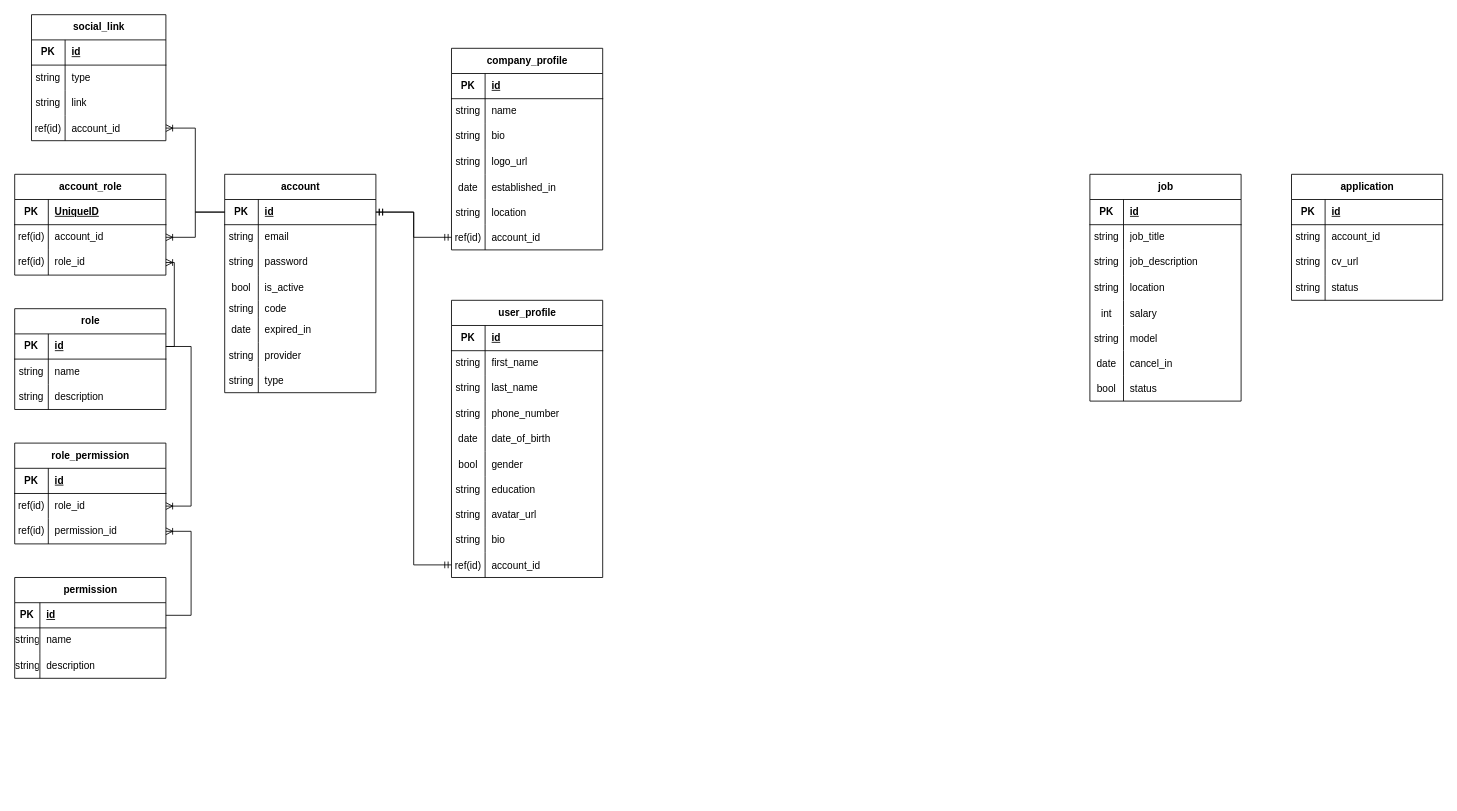
Before: database-diagram.drawio in CulesBao/find-job-fe, a draw.io diagram. Source tidied: cells renumbered, new cells numbered last; positions are measured from the earlier drawing's top-left corner, leaving out a move shared by most shapes. Both pictures are drawn from the tidied source at 84%, with x=0, y=0 at pixel (14, 14).
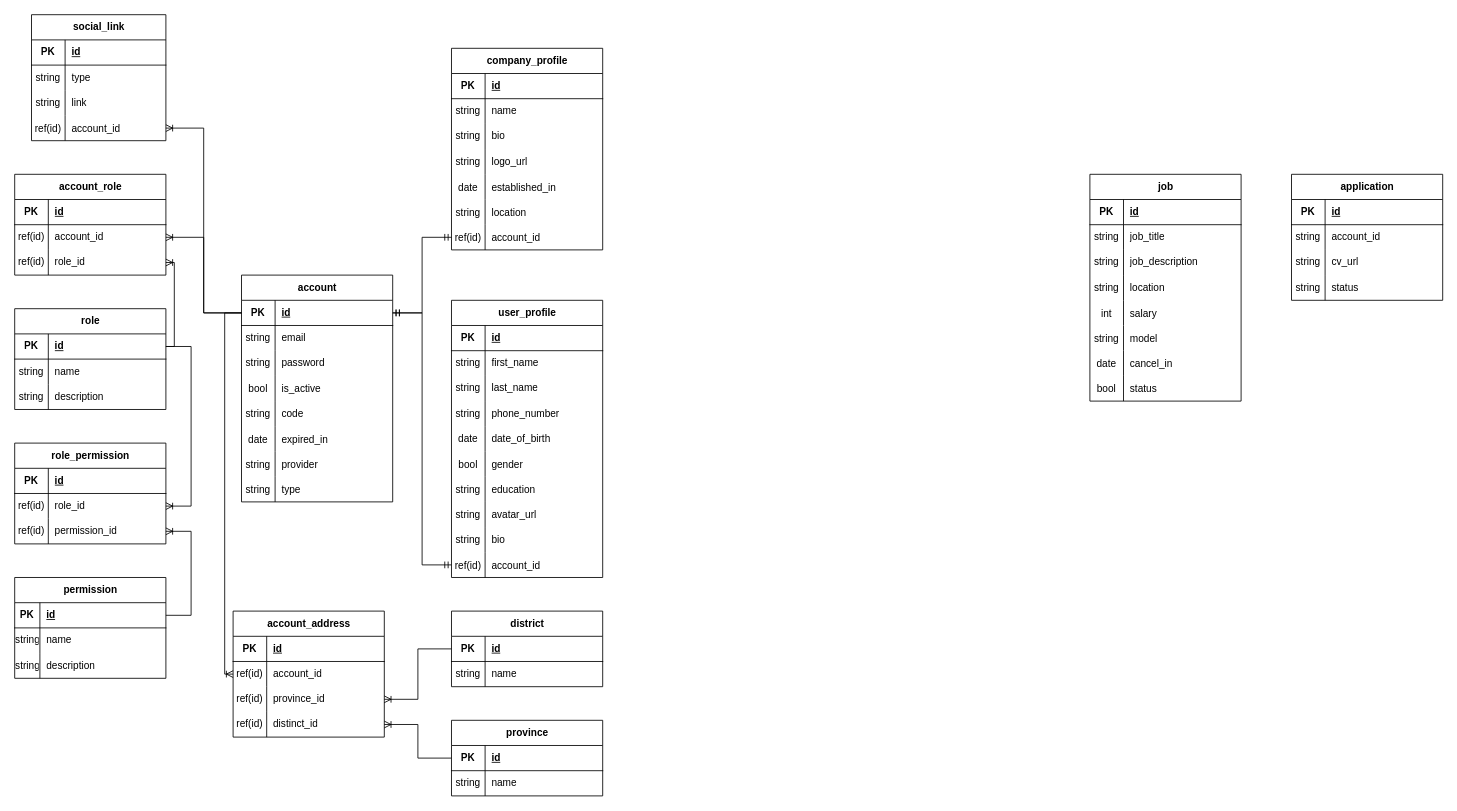
The same diagram, later.

Commit message:
feat: Add address to account

Unchanged cells that the change refers to:
```xml
<mxCell id="56" style="shape=tableRow;horizontal=0;startSize=0;swimlaneHead=0;swimlaneBody=0;fillColor=none;points=[[0,0.5],[1,0.5]];portConstraint=eastwest;top=0;left=0;right=0;bottom=1;" parent="55" vertex="1">
  <mxGeometry y="30" width="180" height="30" as="geometry" />
</mxCell>
<mxCell id="155" style="shape=tableRow;horizontal=0;startSize=0;swimlaneHead=0;swimlaneBody=0;fillColor=none;top=0;left=0;right=0;bottom=1;" parent="154" vertex="1">
  <mxGeometry y="30" width="180" height="30" as="geometry" />
</mxCell>
```

Change to the diagram source:
```diff
@@
     <mxCell id="55" value="account" style="shape=table;startSize=30;childLayout=tableLayout;rowLines=0;fontStyle=1;align=center;html=1;" parent="1" vertex="1">
-      <mxGeometry x="250" y="190" width="180" height="260" as="geometry" />
+      <mxGeometry x="270" y="310" width="180" height="270" as="geometry" />
     </mxCell>
@@
     <mxCell id="68" style="shape=tableRow;horizontal=0;startSize=0;swimlaneHead=0;swimlaneBody=0;fillColor=none;top=0;left=0;right=0;bottom=0;" parent="55" vertex="1">
-      <mxGeometry y="150" width="180" height="20" as="geometry" />
+      <mxGeometry y="150" width="180" height="30" as="geometry" />
     </mxCell>
     <mxCell id="69" value="string" style="shape=partialRectangle;fillColor=none;top=0;left=0;bottom=0;right=0;overflow=hidden;" parent="68" vertex="1">
-      <mxGeometry width="40" height="20" as="geometry" />
+      <mxGeometry width="40" height="30" as="geometry" />
     </mxCell>
     <mxCell id="70" value="code" style="shape=partialRectangle;fillColor=none;top=0;left=0;bottom=0;right=0;align=left;spacingLeft=6;overflow=hidden;" parent="68" vertex="1">
-      <mxGeometry x="40" width="140" height="20" as="geometry" />
+      <mxGeometry x="40" width="140" height="30" as="geometry" />
     </mxCell>
     <mxCell id="71" style="shape=tableRow;horizontal=0;startSize=0;swimlaneHead=0;swimlaneBody=0;fillColor=none;top=0;left=0;right=0;bottom=0;" parent="55" vertex="1">
-      <mxGeometry y="170" width="180" height="30" as="geometry" />
+      <mxGeometry y="180" width="180" height="30" as="geometry" />
     </mxCell>
@@
     <mxCell id="74" style="shape=tableRow;horizontal=0;startSize=0;swimlaneHead=0;swimlaneBody=0;fillColor=none;top=0;left=0;right=0;bottom=0;" parent="55" vertex="1">
-      <mxGeometry y="200" width="180" height="30" as="geometry" />
+      <mxGeometry y="210" width="180" height="30" as="geometry" />
     </mxCell>
@@
     <mxCell id="77" style="shape=tableRow;horizontal=0;startSize=0;swimlaneHead=0;swimlaneBody=0;fillColor=none;top=0;left=0;right=0;bottom=0;" parent="55" vertex="1">
-      <mxGeometry y="230" width="180" height="30" as="geometry" />
+      <mxGeometry y="240" width="180" height="30" as="geometry" />
     </mxCell>
@@
-    <mxCell id="157" value="UniqueID" style="shape=partialRectangle;fillColor=none;top=0;left=0;bottom=0;right=0;align=left;spacingLeft=6;fontStyle=5;overflow=hidden;whiteSpace=wrap;html=1;" parent="155" vertex="1">
+    <mxCell id="157" value="id" style="shape=partialRectangle;fillColor=none;top=0;left=0;bottom=0;right=0;align=left;spacingLeft=6;fontStyle=5;overflow=hidden;whiteSpace=wrap;html=1;" parent="155" vertex="1">
       <mxGeometry x="40" width="140" height="30" as="geometry" />
     </mxCell>
@@
+    <mxCell id="178" value="province" style="shape=table;startSize=30;childLayout=tableLayout;rowLines=0;fontStyle=1;align=center;html=1;" parent="1" vertex="1">
+      <mxGeometry x="520" y="840" width="180" height="90" as="geometry" />
+    </mxCell>
+    <mxCell id="179" style="shape=tableRow;horizontal=0;startSize=0;swimlaneHead=0;swimlaneBody=0;fillColor=none;points=[[0,0.5],[1,0.5]];portConstraint=eastwest;top=0;left=0;right=0;bottom=1;" parent="178" vertex="1">
+      <mxGeometry y="30" width="180" height="30" as="geometry" />
+    </mxCell>
+    <mxCell id="180" value="PK" style="shape=partialRectangle;fillColor=none;top=0;left=0;bottom=0;right=0;fontStyle=1;overflow=hidden;whiteSpace=wrap;html=1;" parent="179" vertex="1">
+      <mxGeometry width="40" height="30" as="geometry" />
+    </mxCell>
+    <mxCell id="181" value="id" style="shape=partialRectangle;fillColor=none;top=0;left=0;bottom=0;right=0;align=left;spacingLeft=6;fontStyle=5;overflow=hidden;whiteSpace=wrap;html=1;" parent="179" vertex="1">
+      <mxGeometry x="40" width="140" height="30" as="geometry" />
+    </mxCell>
+    <mxCell id="182" style="shape=tableRow;horizontal=0;startSize=0;swimlaneHead=0;swimlaneBody=0;fillColor=none;top=0;left=0;right=0;bottom=0;" parent="178" vertex="1">
+      <mxGeometry y="60" width="180" height="30" as="geometry" />
+    </mxCell>
+    <mxCell id="183" value="string" style="shape=partialRectangle;fillColor=none;top=0;left=0;bottom=0;right=0;overflow=hidden;whiteSpace=wrap;html=1;" parent="182" vertex="1">
+      <mxGeometry width="40" height="30" as="geometry" />
+    </mxCell>
+    <mxCell id="184" value="name" style="shape=partialRectangle;fillColor=none;top=0;left=0;bottom=0;right=0;align=left;spacingLeft=6;overflow=hidden;whiteSpace=wrap;html=1;" parent="182" vertex="1">
+      <mxGeometry x="40" width="140" height="30" as="geometry" />
+    </mxCell>
+    <mxCell id="185" value="district" style="shape=table;startSize=30;childLayout=tableLayout;rowLines=0;fontStyle=1;align=center;html=1;" parent="1" vertex="1">
+      <mxGeometry x="520" y="710" width="180" height="90" as="geometry" />
+    </mxCell>
+    <mxCell id="186" style="shape=tableRow;horizontal=0;startSize=0;swimlaneHead=0;swimlaneBody=0;fillColor=none;points=[[0,0.5],[1,0.5]];portConstraint=eastwest;top=0;left=0;right=0;bottom=1;" parent="185" vertex="1">
+      <mxGeometry y="30" width="180" height="30" as="geometry" />
+    </mxCell>
+    <mxCell id="187" value="PK" style="shape=partialRectangle;fillColor=none;top=0;left=0;bottom=0;right=0;fontStyle=1;overflow=hidden;whiteSpace=wrap;html=1;" parent="186" vertex="1">
+      <mxGeometry width="40" height="30" as="geometry" />
+    </mxCell>
+    <mxCell id="188" value="id" style="shape=partialRectangle;fillColor=none;top=0;left=0;bottom=0;right=0;align=left;spacingLeft=6;fontStyle=5;overflow=hidden;whiteSpace=wrap;html=1;" parent="186" vertex="1">
+      <mxGeometry x="40" width="140" height="30" as="geometry" />
+    </mxCell>
+    <mxCell id="189" style="shape=tableRow;horizontal=0;startSize=0;swimlaneHead=0;swimlaneBody=0;fillColor=none;top=0;left=0;right=0;bottom=0;" parent="185" vertex="1">
+      <mxGeometry y="60" width="180" height="30" as="geometry" />
+    </mxCell>
+    <mxCell id="190" value="string" style="shape=partialRectangle;fillColor=none;top=0;left=0;bottom=0;right=0;overflow=hidden;whiteSpace=wrap;html=1;" parent="189" vertex="1">
+      <mxGeometry width="40" height="30" as="geometry" />
+    </mxCell>
+    <mxCell id="191" value="name" style="shape=partialRectangle;fillColor=none;top=0;left=0;bottom=0;right=0;align=left;spacingLeft=6;overflow=hidden;whiteSpace=wrap;html=1;" parent="189" vertex="1">
+      <mxGeometry x="40" width="140" height="30" as="geometry" />
+    </mxCell>
+    <mxCell id="192" value="account_address" style="shape=table;startSize=30;childLayout=tableLayout;rowLines=0;fontStyle=1;align=center;html=1;" parent="1" vertex="1">
+      <mxGeometry x="260" y="710" width="180" height="150" as="geometry" />
+    </mxCell>
+    <mxCell id="193" style="shape=tableRow;horizontal=0;startSize=0;swimlaneHead=0;swimlaneBody=0;fillColor=none;top=0;left=0;right=0;bottom=1;" parent="192" vertex="1">
+      <mxGeometry y="30" width="180" height="30" as="geometry" />
+    </mxCell>
+    <mxCell id="194" value="PK" style="shape=partialRectangle;fillColor=none;top=0;left=0;bottom=0;right=0;fontStyle=1;overflow=hidden;whiteSpace=wrap;html=1;" parent="193" vertex="1">
+      <mxGeometry width="40" height="30" as="geometry" />
+    </mxCell>
+    <mxCell id="195" value="id" style="shape=partialRectangle;fillColor=none;top=0;left=0;bottom=0;right=0;align=left;spacingLeft=6;fontStyle=5;overflow=hidden;whiteSpace=wrap;html=1;" parent="193" vertex="1">
+      <mxGeometry x="40" width="140" height="30" as="geometry" />
+    </mxCell>
+    <mxCell id="196" style="shape=tableRow;horizontal=0;startSize=0;swimlaneHead=0;swimlaneBody=0;fillColor=none;points=[[0,0.5],[1,0.5]];portConstraint=eastwest;top=0;left=0;right=0;bottom=0;" parent="192" vertex="1">
+      <mxGeometry y="60" width="180" height="30" as="geometry" />
+    </mxCell>
+    <mxCell id="197" value="ref(id)" style="shape=partialRectangle;fillColor=none;top=0;left=0;bottom=0;right=0;overflow=hidden;whiteSpace=wrap;html=1;" parent="196" vertex="1">
+      <mxGeometry width="40" height="30" as="geometry" />
+    </mxCell>
+    <mxCell id="198" value="account_id" style="shape=partialRectangle;fillColor=none;top=0;left=0;bottom=0;right=0;align=left;spacingLeft=6;overflow=hidden;whiteSpace=wrap;html=1;" parent="196" vertex="1">
+      <mxGeometry x="40" width="140" height="30" as="geometry" />
+    </mxCell>
+    <mxCell id="199" style="shape=tableRow;horizontal=0;startSize=0;swimlaneHead=0;swimlaneBody=0;fillColor=none;points=[[0,0.5],[1,0.5]];portConstraint=eastwest;top=0;left=0;right=0;bottom=0;" parent="192" vertex="1">
+      <mxGeometry y="90" width="180" height="30" as="geometry" />
+    </mxCell>
+    <mxCell id="200" value="ref(id)" style="shape=partialRectangle;fillColor=none;top=0;left=0;bottom=0;right=0;overflow=hidden;whiteSpace=wrap;html=1;" parent="199" vertex="1">
+      <mxGeometry width="40" height="30" as="geometry" />
+    </mxCell>
+    <mxCell id="201" value="province_id" style="shape=partialRectangle;fillColor=none;top=0;left=0;bottom=0;right=0;align=left;spacingLeft=6;overflow=hidden;whiteSpace=wrap;html=1;" parent="199" vertex="1">
+      <mxGeometry x="40" width="140" height="30" as="geometry" />
+    </mxCell>
+    <mxCell id="202" style="shape=tableRow;horizontal=0;startSize=0;swimlaneHead=0;swimlaneBody=0;fillColor=none;points=[[0,0.5],[1,0.5]];portConstraint=eastwest;top=0;left=0;right=0;bottom=0;" parent="192" vertex="1">
+      <mxGeometry y="120" width="180" height="30" as="geometry" />
+    </mxCell>
+    <mxCell id="203" value="ref(id)" style="shape=partialRectangle;fillColor=none;top=0;left=0;bottom=0;right=0;overflow=hidden;whiteSpace=wrap;html=1;" parent="202" vertex="1">
+      <mxGeometry width="40" height="30" as="geometry" />
+    </mxCell>
+    <mxCell id="204" value="distinct_id" style="shape=partialRectangle;fillColor=none;top=0;left=0;bottom=0;right=0;align=left;spacingLeft=6;overflow=hidden;whiteSpace=wrap;html=1;" parent="202" vertex="1">
+      <mxGeometry x="40" width="140" height="30" as="geometry" />
+    </mxCell>
+    <mxCell id="205" style="edgeStyle=orthogonalEdgeStyle;fontSize=12;html=1;endArrow=ERoneToMany;rounded=0;exitX=0;exitY=0.5;exitDx=0;exitDy=0;entryX=0;entryY=0.5;entryDx=0;entryDy=0;" parent="1" edge="1" source="56" target="196">
+      <mxGeometry relative="1" as="geometry" />
+    </mxCell>
+    <mxCell id="206" style="edgeStyle=orthogonalEdgeStyle;fontSize=12;html=1;endArrow=ERoneToMany;rounded=0;exitX=0;exitY=0.5;exitDx=0;exitDy=0;entryX=1;entryY=0.5;entryDx=0;entryDy=0;" parent="1" edge="1" source="186" target="199">
+      <mxGeometry relative="1" as="geometry" />
+    </mxCell>
+    <mxCell id="207" style="edgeStyle=orthogonalEdgeStyle;fontSize=12;html=1;endArrow=ERoneToMany;rounded=0;exitX=0;exitY=0.5;exitDx=0;exitDy=0;entryX=1;entryY=0.5;entryDx=0;entryDy=0;" parent="1" edge="1" source="179" target="202">
+      <mxGeometry relative="1" as="geometry" />
+    </mxCell>
```
